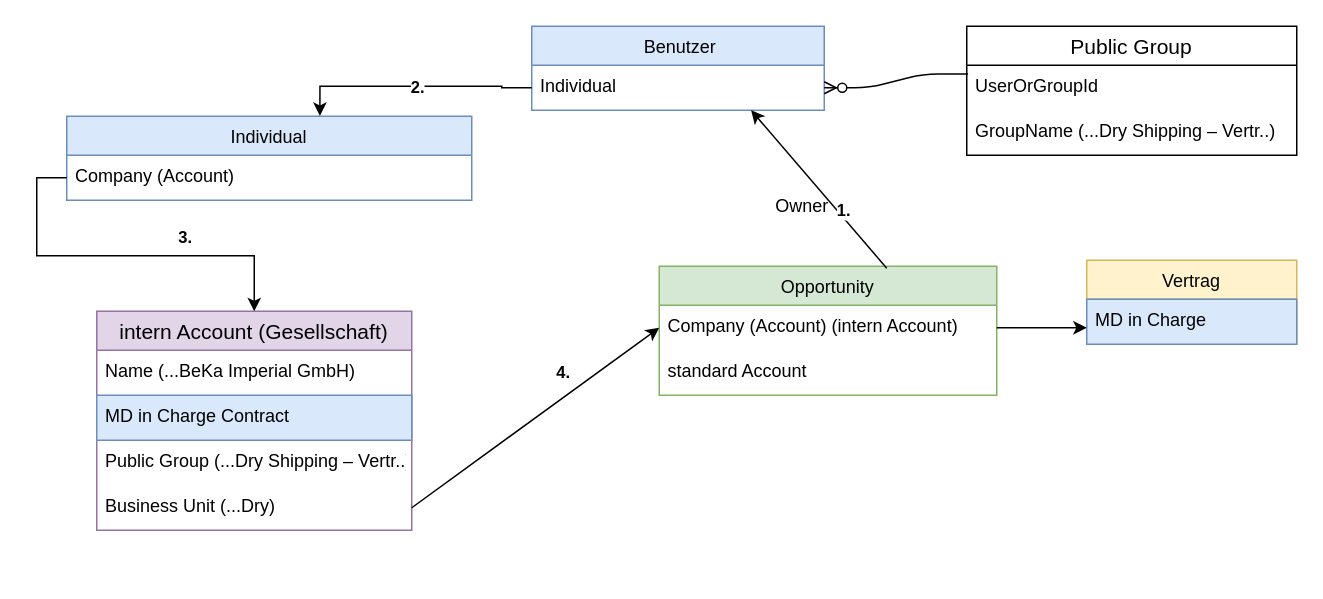
The draw.io diagram User-Vertragsanlage.drawio in tuannguyenvn/SFDX_ps1, before the edit. Source tidied: cells renumbered, new cells numbered last; positions are measured from the earlier drawing's top-left corner, leaving out a move shared by most shapes. Both pictures are drawn from the tidied source at 150%, with x=0, y=0 at pixel (66, 26).
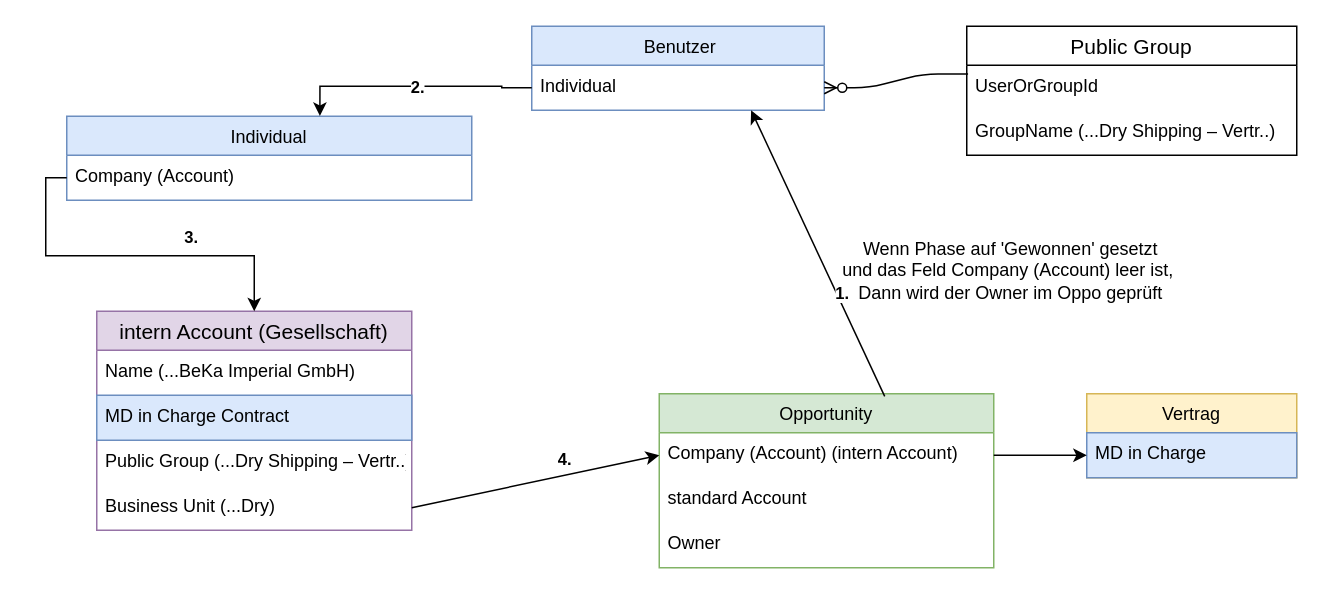
The same diagram, later.

Unchanged cells that the change refers to:
```xml
<mxCell id="8" value="MD in Charge&#10;" style="text;strokeColor=#6c8ebf;fillColor=#dae8fc;spacingLeft=4;spacingRight=4;overflow=hidden;points=[[0,0.5],[1,0.5]];portConstraint=eastwest;fontSize=12;" parent="7" vertex="1">
  <mxGeometry y="26" width="140" height="30" as="geometry" />
</mxCell>
<mxCell id="9" value="intern Account (Gesellschaft)" style="swimlane;fontStyle=0;horizontal=1;startSize=26;align=center;fontSize=14;fillColor=#e1d5e7;strokeColor=#9673a6;" parent="1" vertex="1">
  <mxGeometry x="20" y="190" width="210" height="146" as="geometry" />
</mxCell>
<mxCell id="24" value="Company (Account)" style="text;strokeColor=none;fillColor=none;spacingLeft=4;spacingRight=4;overflow=hidden;points=[[0,0.5],[1,0.5]];portConstraint=eastwest;fontSize=12;" parent="23" vertex="1">
  <mxGeometry y="26" width="270" height="30" as="geometry" />
</mxCell>
```

What changed in the source:
```diff
@@
     <mxCell id="4" value="Opportunity" style="swimlane;fontStyle=0;horizontal=1;startSize=26;fillColor=#d5e8d4;strokeColor=#82b366;" parent="1" vertex="1">
-      <mxGeometry x="395" y="160" width="225" height="86" as="geometry" />
+      <mxGeometry x="395" y="245" width="223" height="116" as="geometry" />
     </mxCell>
     <mxCell id="5" value="Company (Account) (intern Account)" style="text;spacingLeft=4;spacingRight=4;overflow=hidden;points=[[0,0.5],[1,0.5]];portConstraint=eastwest;fontSize=12;" parent="4" vertex="1">
-      <mxGeometry y="26" width="225" height="30" as="geometry" />
+      <mxGeometry y="26" width="223" height="30" as="geometry" />
     </mxCell>
     <mxCell id="6" value="standard Account" style="text;spacingLeft=4;spacingRight=4;overflow=hidden;fontSize=12;" parent="4" vertex="1">
-      <mxGeometry y="56" width="225" height="30" as="geometry" />
+      <mxGeometry y="56" width="223" height="30" as="geometry" />
     </mxCell>
+    <mxCell id="30" value="Owner" style="text;spacingLeft=4;spacingRight=4;overflow=hidden;fontSize=12;" parent="4" vertex="1">
+      <mxGeometry y="86" width="223" height="30" as="geometry" />
+    </mxCell>
     <mxCell id="7" value="Vertrag" style="swimlane;fontStyle=0;horizontal=1;startSize=26;fillColor=#fff2cc;strokeColor=#d6b656;" parent="1" vertex="1">
-      <mxGeometry x="680" y="156" width="140" height="56" as="geometry" />
+      <mxGeometry x="680" y="245" width="140" height="56" as="geometry" />
     </mxCell>
@@
-    <mxCell id="14" style="edgeStyle=orthogonalEdgeStyle;rounded=0;jettySize=auto;html=1;exitX=1;exitY=0.5;exitDx=0;exitDy=0;" parent="1" edge="1" source="5" target="7">
-      <mxGeometry relative="1" as="geometry">
-        <Array as="points">
-          <mxPoint x="690" y="201" />
-          <mxPoint x="690" y="201" />
-        </Array>
-      </mxGeometry>
-    </mxCell>
@@
-    <mxCell id="19" value="Owner" style="text;html=1;align=center;verticalAlign=middle;strokeColor=none;" parent="1" vertex="1">
-      <mxGeometry x="465" y="110" width="50" height="20" as="geometry" />
+    <mxCell id="19" value="Wenn Phase auf 'Gewonnen' gesetzt&lt;br&gt;und das Feld&amp;nbsp;&lt;span style=&quot;text-align: left&quot;&gt;Company (Account) leer ist,&amp;nbsp;&lt;/span&gt;&lt;br&gt;&amp;nbsp;Dann wird der Owner im Oppo geprüft&amp;nbsp;" style="text;html=1;align=center;verticalAlign=middle;strokeColor=none;" parent="1" vertex="1">
+      <mxGeometry x="512" y="140" width="234" height="45" as="geometry" />
     </mxCell>
@@
     <mxCell id="25" style="edgeStyle=orthogonalEdgeStyle;rounded=0;jettySize=auto;html=1;" parent="1" edge="1" source="24" target="9">
-      <mxGeometry relative="1" as="geometry" />
+      <mxGeometry relative="1" as="geometry">
+        <Array as="points">
+          <mxPoint x="-14" y="101" />
+          <mxPoint x="-14" y="153" />
+          <mxPoint x="125" y="153" />
+        </Array>
+      </mxGeometry>
     </mxCell>
@@
+    <mxCell id="31" style="edgeStyle=orthogonalEdgeStyle;rounded=0;jettySize=auto;html=1;" parent="1" edge="1" source="5" target="8">
+      <mxGeometry relative="1" as="geometry" />
+    </mxCell>
```
